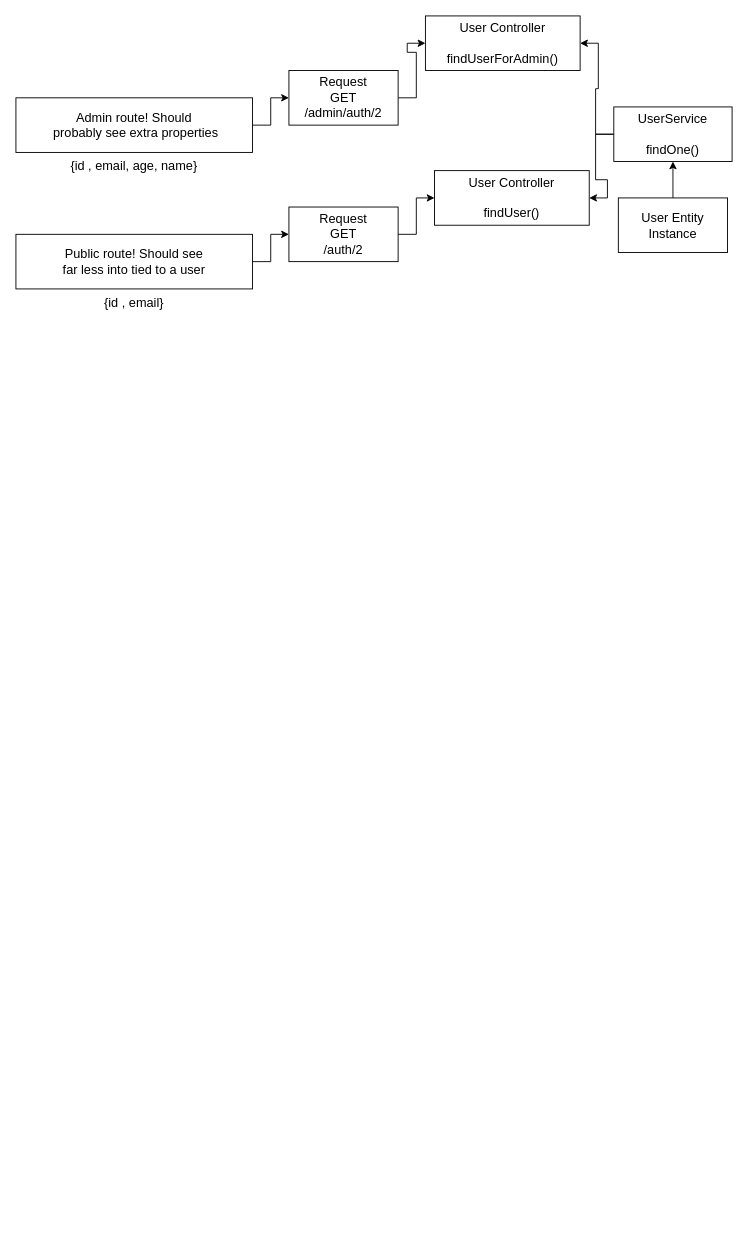
jivebreaddev/used_car_nest_rest_api keeps this draw.io diagram as src/problem statement.drawio. Above is the earlier version. Source tidied: cells renumbered, new cells numbered last; positions are measured from the earlier drawing's top-left corner, leaving out a move shared by most shapes. Both pictures are drawn from the tidied source at 91%, with x=0, y=0 at pixel (15, 15).
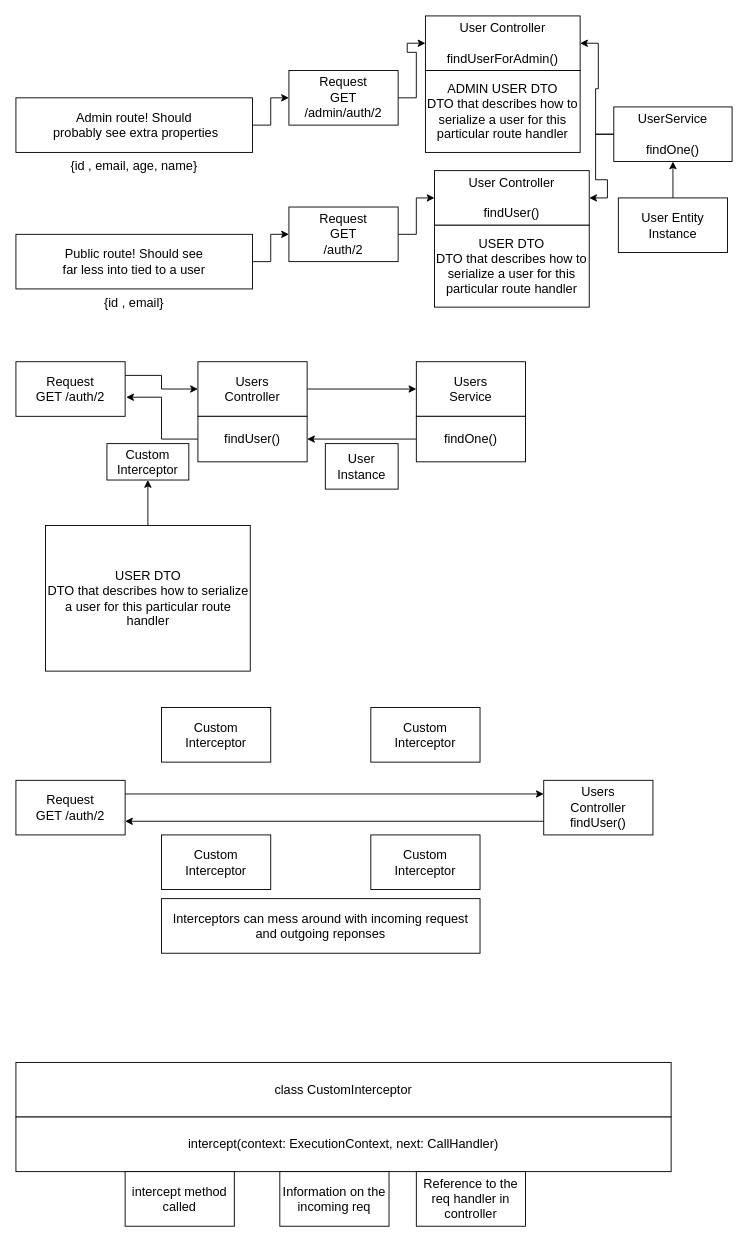
Above is the later version.

Diff of the diagram source:
```diff
@@
+    <mxCell id="19" style="edgeStyle=orthogonalEdgeStyle;rounded=0;jettySize=auto;html=1;exitX=1;exitY=0.25;exitDx=0;exitDy=0;fontSize=14;" parent="1" edge="1" source="20" target="22">
+      <mxGeometry relative="1" as="geometry" />
+    </mxCell>
+    <mxCell id="20" value="Request&lt;br&gt;GET /auth/2" style="rounded=0;whiteSpace=wrap;html=1;fontSize=14;" parent="1" vertex="1">
+      <mxGeometry y="380" width="120" height="60" as="geometry" />
+    </mxCell>
+    <mxCell id="21" style="edgeStyle=orthogonalEdgeStyle;rounded=0;jettySize=auto;html=1;exitX=1;exitY=0.5;exitDx=0;exitDy=0;entryX=0;entryY=0.5;entryDx=0;entryDy=0;fontSize=14;" parent="1" edge="1" source="22" target="23">
+      <mxGeometry relative="1" as="geometry" />
+    </mxCell>
+    <mxCell id="22" value="Users&lt;br&gt;Controller" style="rounded=0;whiteSpace=wrap;html=1;fontSize=14;" parent="1" vertex="1">
+      <mxGeometry x="200" y="380" width="120" height="60" as="geometry" />
+    </mxCell>
+    <mxCell id="23" value="Users&lt;br&gt;Service" style="rounded=0;whiteSpace=wrap;html=1;fontSize=14;" parent="1" vertex="1">
+      <mxGeometry x="440" y="380" width="120" height="60" as="geometry" />
+    </mxCell>
+    <mxCell id="24" style="edgeStyle=orthogonalEdgeStyle;rounded=0;jettySize=auto;html=1;exitX=0;exitY=0.5;exitDx=0;exitDy=0;entryX=1.01;entryY=0.65;entryDx=0;entryDy=0;entryPerimeter=0;fontSize=14;" parent="1" edge="1" source="25" target="20">
+      <mxGeometry relative="1" as="geometry" />
+    </mxCell>
+    <mxCell id="25" value="findUser()" style="rounded=0;whiteSpace=wrap;html=1;fontSize=14;" parent="1" vertex="1">
+      <mxGeometry x="200" y="440" width="120" height="50" as="geometry" />
+    </mxCell>
+    <mxCell id="26" style="edgeStyle=orthogonalEdgeStyle;rounded=0;jettySize=auto;html=1;exitX=0;exitY=0.5;exitDx=0;exitDy=0;entryX=1;entryY=0.5;entryDx=0;entryDy=0;fontSize=14;" parent="1" edge="1" source="27" target="25">
+      <mxGeometry relative="1" as="geometry" />
+    </mxCell>
+    <mxCell id="27" value="findOne()" style="rounded=0;whiteSpace=wrap;html=1;fontSize=14;" parent="1" vertex="1">
+      <mxGeometry x="440" y="440" width="120" height="50" as="geometry" />
+    </mxCell>
+    <mxCell id="28" value="User Instance" style="rounded=0;whiteSpace=wrap;html=1;fontSize=14;" parent="1" vertex="1">
+      <mxGeometry x="340" y="470" width="80" height="50" as="geometry" />
+    </mxCell>
+    <mxCell id="29" value="Custom&lt;br&gt;Interceptor" style="rounded=0;whiteSpace=wrap;html=1;fontSize=14;" parent="1" vertex="1">
+      <mxGeometry x="100" y="470" width="90" height="40" as="geometry" />
+    </mxCell>
+    <mxCell id="30" style="edgeStyle=orthogonalEdgeStyle;rounded=0;jettySize=auto;html=1;exitX=0.5;exitY=0;exitDx=0;exitDy=0;entryX=0.5;entryY=1;entryDx=0;entryDy=0;fontSize=14;" parent="1" edge="1" source="31" target="29">
+      <mxGeometry relative="1" as="geometry" />
+    </mxCell>
+    <mxCell id="31" value="USER DTO&lt;br&gt;DTO that describes how to serialize a user for this particular route handler&lt;br&gt;" style="rounded=0;whiteSpace=wrap;html=1;fontSize=14;" parent="1" vertex="1">
+      <mxGeometry x="32.5" y="560" width="225" height="160" as="geometry" />
+    </mxCell>
+    <mxCell id="32" value="USER DTO&lt;br&gt;DTO that describes how to serialize a user for this particular route handler&lt;br&gt;" style="rounded=0;whiteSpace=wrap;html=1;fontSize=14;" parent="1" vertex="1">
+      <mxGeometry x="460" y="230" width="170" height="90" as="geometry" />
+    </mxCell>
+    <mxCell id="33" value="ADMIN USER DTO&lt;br&gt;DTO that describes how to serialize a user for this particular route handler" style="rounded=0;whiteSpace=wrap;html=1;fontSize=14;" parent="1" vertex="1">
+      <mxGeometry x="450" y="60" width="170" height="90" as="geometry" />
+    </mxCell>
+    <mxCell id="34" style="edgeStyle=orthogonalEdgeStyle;rounded=0;jettySize=auto;html=1;exitX=1;exitY=0.25;exitDx=0;exitDy=0;entryX=0;entryY=0.25;entryDx=0;entryDy=0;fontSize=14;" parent="1" edge="1" source="35" target="41">
+      <mxGeometry relative="1" as="geometry" />
+    </mxCell>
+    <mxCell id="35" value="Request&lt;br&gt;GET /auth/2" style="rounded=0;whiteSpace=wrap;html=1;fontSize=14;" parent="1" vertex="1">
+      <mxGeometry y="840" width="120" height="60" as="geometry" />
+    </mxCell>
+    <mxCell id="36" value="Custom&lt;br&gt;Interceptor" style="rounded=0;whiteSpace=wrap;html=1;fontSize=14;" parent="1" vertex="1">
+      <mxGeometry x="160" y="760" width="120" height="60" as="geometry" />
+    </mxCell>
+    <mxCell id="37" value="Custom&lt;br&gt;Interceptor" style="rounded=0;whiteSpace=wrap;html=1;fontSize=14;" parent="1" vertex="1">
+      <mxGeometry x="390" y="760" width="120" height="60" as="geometry" />
+    </mxCell>
+    <mxCell id="38" value="Custom&lt;br&gt;Interceptor" style="rounded=0;whiteSpace=wrap;html=1;fontSize=14;" parent="1" vertex="1">
+      <mxGeometry x="160" y="900" width="120" height="60" as="geometry" />
+    </mxCell>
+    <mxCell id="39" value="Custom&lt;br&gt;Interceptor" style="rounded=0;whiteSpace=wrap;html=1;fontSize=14;" parent="1" vertex="1">
+      <mxGeometry x="390" y="900" width="120" height="60" as="geometry" />
+    </mxCell>
+    <mxCell id="40" style="edgeStyle=orthogonalEdgeStyle;rounded=0;jettySize=auto;html=1;exitX=0;exitY=0.75;exitDx=0;exitDy=0;entryX=1;entryY=0.75;entryDx=0;entryDy=0;fontSize=14;" parent="1" edge="1" source="41" target="35">
+      <mxGeometry relative="1" as="geometry" />
+    </mxCell>
+    <mxCell id="41" value="Users&lt;br&gt;Controller&lt;br&gt;findUser()" style="rounded=0;whiteSpace=wrap;html=1;fontSize=14;" parent="1" vertex="1">
+      <mxGeometry x="580" y="840" width="120" height="60" as="geometry" />
+    </mxCell>
+    <mxCell id="42" value="Interceptors can mess around with incoming request and outgoing reponses" style="rounded=0;whiteSpace=wrap;html=1;fontSize=14;" parent="1" vertex="1">
+      <mxGeometry x="160" y="970" width="350" height="60" as="geometry" />
+    </mxCell>
+    <mxCell id="43" value="class CustomInterceptor" style="rounded=0;whiteSpace=wrap;html=1;fontSize=14;" parent="1" vertex="1">
+      <mxGeometry y="1150" width="720" height="60" as="geometry" />
+    </mxCell>
+    <mxCell id="44" value="intercept(context: ExecutionContext, next: CallHandler)" style="rounded=0;whiteSpace=wrap;html=1;fontSize=14;" parent="1" vertex="1">
+      <mxGeometry y="1210" width="720" height="60" as="geometry" />
+    </mxCell>
+    <mxCell id="45" value="intercept method&lt;br&gt;called" style="rounded=0;whiteSpace=wrap;html=1;fontSize=14;" parent="1" vertex="1">
+      <mxGeometry x="120" y="1270" width="120" height="60" as="geometry" />
+    </mxCell>
+    <mxCell id="46" value="Information on the incoming req" style="rounded=0;whiteSpace=wrap;html=1;fontSize=14;" parent="1" vertex="1">
+      <mxGeometry x="290" y="1270" width="120" height="60" as="geometry" />
+    </mxCell>
+    <mxCell id="47" value="Reference to the req handler in controller" style="rounded=0;whiteSpace=wrap;html=1;fontSize=14;" parent="1" vertex="1">
+      <mxGeometry x="440" y="1270" width="120" height="60" as="geometry" />
+    </mxCell>
```
